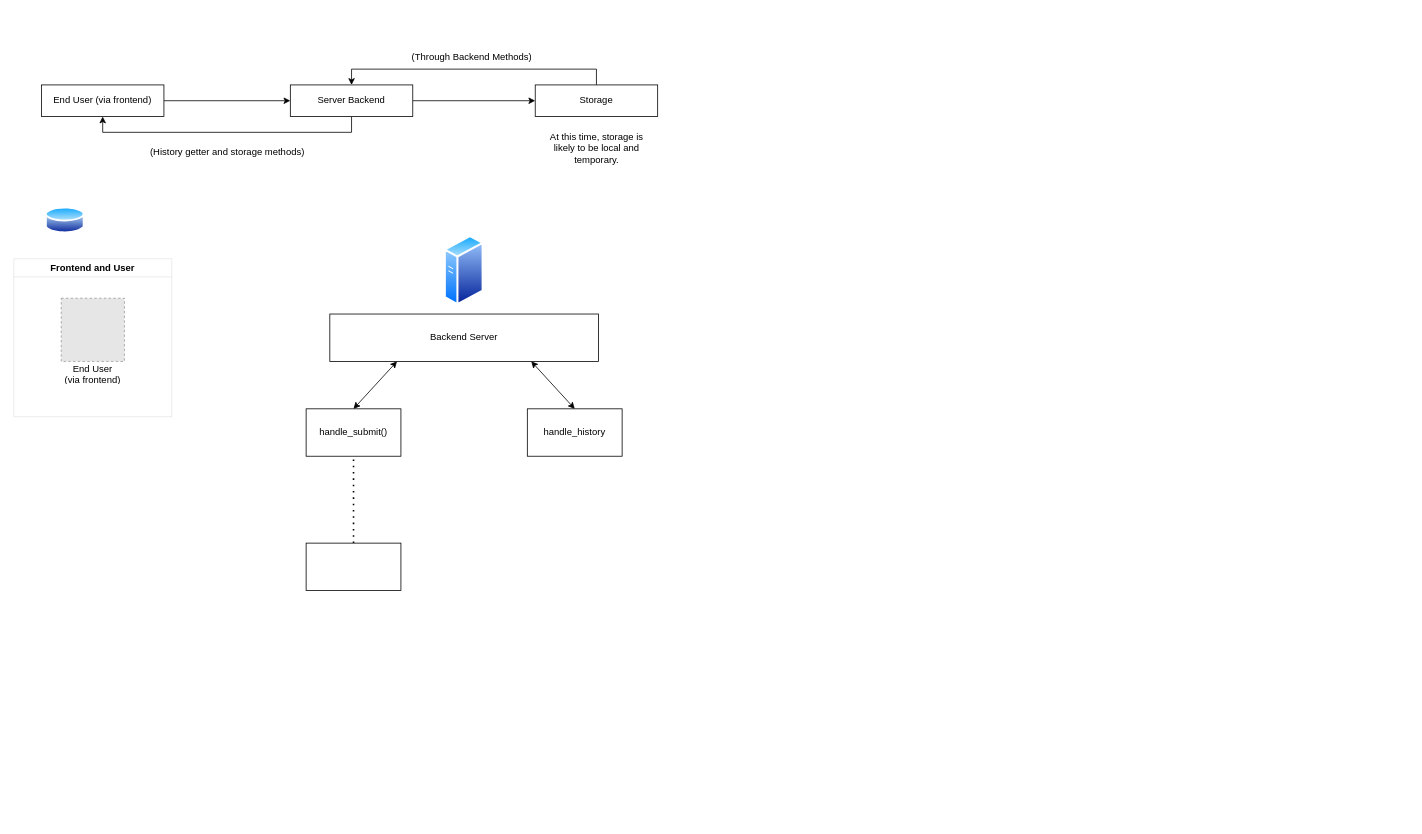
keh1nde/project-formulate keeps this draw.io diagram as designs/Untitled Diagram.drawio. Above is the earlier version. Source tidied: cells renumbered, new cells numbered last; positions are measured from the earlier drawing's top-left corner, leaving out a move shared by most shapes. Both pictures are drawn from the tidied source at 79%, with x=0, y=0 at pixel (13, 45). Pictures stored in the file or linked from it are replaced by grey dashed boxes.
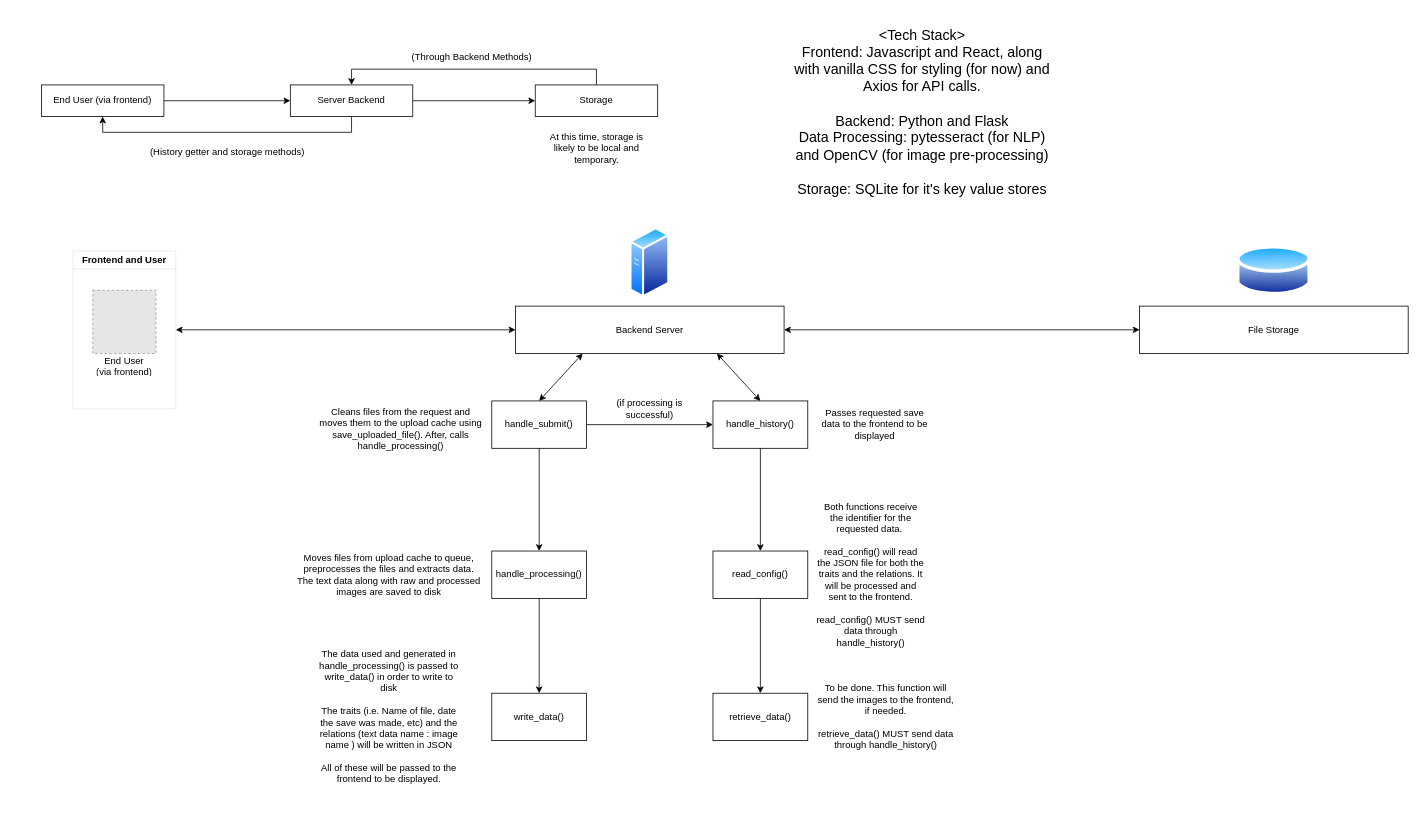
The same diagram, later.

Commit message:
Completely implemented Tech Stack and Backend server structure.

Change to the diagram source:
```diff
@@
     <mxCell id="12" value="Backend Server" style="rounded=0;whiteSpace=wrap;html=1;" parent="1" vertex="1">
-      <mxGeometry x="400" y="340" width="340" height="60" as="geometry" />
+      <mxGeometry x="635" y="330" width="340" height="60" as="geometry" />
     </mxCell>
-    <mxCell id="13" style="image;perimeter=ellipsePerimeter;html=1;align=center;shadow=0;dashed=0;spacingTop=3;image=img/lib/active_directory/database.svg;" parent="1" vertex="1">
-      <mxGeometry x="40" y="203" width="50" height="37" as="geometry" />
-    </mxCell>
     <mxCell id="14" style="image;perimeter=ellipsePerimeter;html=1;align=center;shadow=0;dashed=0;spacingTop=3;image=img/lib/active_directory/generic_server.svg;" parent="1" vertex="1">
-      <mxGeometry x="544.8" y="240" width="50.4" height="90" as="geometry" />
+      <mxGeometry x="779.8" y="230" width="50.4" height="90" as="geometry" />
     </mxCell>
+    <mxCell id="24" style="edgeStyle=orthogonalEdgeStyle;rounded=0;jettySize=auto;html=1;entryX=0.5;entryY=0;entryDx=0;entryDy=0;" parent="1" edge="1" source="15" target="28">
+      <mxGeometry relative="1" as="geometry" />
+    </mxCell>
+    <mxCell id="25" style="edgeStyle=orthogonalEdgeStyle;rounded=0;jettySize=auto;html=1;entryX=0;entryY=0.5;entryDx=0;entryDy=0;" parent="1" edge="1" source="15" target="16">
+      <mxGeometry relative="1" as="geometry" />
+    </mxCell>
     <mxCell id="15" value="handle_submit()" style="rounded=0;whiteSpace=wrap;html=1;" parent="1" vertex="1">
-      <mxGeometry x="370" y="460" width="120" height="60" as="geometry" />
+      <mxGeometry x="605" y="450" width="120" height="60" as="geometry" />
     </mxCell>
+    <mxCell id="26" style="edgeStyle=orthogonalEdgeStyle;rounded=0;jettySize=auto;html=1;" parent="1" edge="1" source="16" target="40">
+      <mxGeometry relative="1" as="geometry" />
+    </mxCell>
-    <mxCell id="16" value="handle_history" style="rounded=0;whiteSpace=wrap;html=1;" parent="1" vertex="1">
-      <mxGeometry x="650" y="460" width="120" height="60" as="geometry" />
+    <mxCell id="16" value="handle_history()" style="rounded=0;whiteSpace=wrap;html=1;" parent="1" vertex="1">
+      <mxGeometry x="885" y="450" width="120" height="60" as="geometry" />
     </mxCell>
@@
-    <mxCell id="19" style="endArrow=none;dashed=1;html=1;dashPattern=1 3;strokeWidth=2;rounded=0;entryX=0.5;entryY=1;entryDx=0;entryDy=0;exitX=0.5;exitY=0;exitDx=0;exitDy=0;" parent="1" edge="1" source="23" target="15">
-      <mxGeometry relative="1" as="geometry" />
-    </mxCell>
     <mxCell id="20" value="Frontend and User" style="swimlane;whiteSpace=wrap;html=1;opacity=10;" parent="1" vertex="1">
-      <mxGeometry y="270" width="200" height="200" as="geometry" />
+      <mxGeometry x="75" y="260" width="130" height="200" as="geometry" />
     </mxCell>
     <mxCell id="21" style="fillColor=#E6E6E6;strokeColor=#999999;dashed=1;verticalLabelPosition=bottom;labelBackgroundColor=default;verticalAlign=top;" parent="20" vertex="1">
-      <mxGeometry x="60" y="50" width="80" height="80" as="geometry" />
+      <mxGeometry x="25" y="50" width="80" height="80" as="geometry" />
     </mxCell>
     <mxCell id="22" value="End User&lt;div&gt;(via frontend)&lt;/div&gt;" style="text;strokeColor=none;fillColor=none;align=center;verticalAlign=middle;spacingLeft=4;spacingRight=4;overflow=hidden;whiteSpace=wrap;html=1;" parent="20" vertex="1">
-      <mxGeometry x="50" y="130" width="100" height="30" as="geometry" />
+      <mxGeometry x="15" y="130" width="100" height="30" as="geometry" />
     </mxCell>
-    <mxCell id="23" style="rounded=0;whiteSpace=wrap;html=1;" parent="1" vertex="1">
-      <mxGeometry x="370" y="630" width="120" height="60" as="geometry" />
-    </mxCell>
+    <mxCell id="27" style="edgeStyle=orthogonalEdgeStyle;rounded=0;jettySize=auto;html=1;" parent="1" edge="1" source="28" target="32">
+      <mxGeometry relative="1" as="geometry" />
+    </mxCell>
+    <mxCell id="28" value="handle_processing()" style="rounded=0;whiteSpace=wrap;html=1;" parent="1" vertex="1">
+      <mxGeometry x="605" y="640" width="120" height="60" as="geometry" />
+    </mxCell>
+    <mxCell id="29" value="Cleans files from the request and moves them to the upload cache using save_uploaded_file(). After, calls handle_processing()" style="text;html=1;align=center;verticalAlign=middle;whiteSpace=wrap;rounded=0;" parent="1" vertex="1">
+      <mxGeometry x="385" y="450" width="210" height="70" as="geometry" />
+    </mxCell>
+    <mxCell id="30" value="Moves files from upload cache to queue, preprocesses the files and extracts data. The text data along with raw and processed images are saved to disk" style="text;html=1;align=center;verticalAlign=middle;whiteSpace=wrap;rounded=0;" parent="1" vertex="1">
+      <mxGeometry x="355" y="625" width="240" height="90" as="geometry" />
+    </mxCell>
+    <mxCell id="31" value="(if processing is successful)" style="text;html=1;align=center;verticalAlign=middle;whiteSpace=wrap;rounded=0;" parent="1" vertex="1">
+      <mxGeometry x="755" y="445" width="100" height="30" as="geometry" />
+    </mxCell>
+    <mxCell id="32" value="write_data()" style="rounded=0;whiteSpace=wrap;html=1;" parent="1" vertex="1">
+      <mxGeometry x="605" y="820" width="120" height="60" as="geometry" />
+    </mxCell>
+    <mxCell id="33" style="endArrow=classic;startArrow=classic;html=1;rounded=0;exitX=1;exitY=0.5;exitDx=0;exitDy=0;entryX=0;entryY=0.5;entryDx=0;entryDy=0;" parent="1" edge="1" source="20" target="12">
+      <mxGeometry relative="1" as="geometry" />
+    </mxCell>
+    <mxCell id="34" value="The data used and generated in handle_processing() is passed to write_data() in order to write to disk&lt;div&gt;&lt;br&gt;&lt;/div&gt;&lt;div&gt;The traits (i.e. Name of file, date the save was made, etc) and the relations (text data name : image name ) will be written in JSON&lt;/div&gt;&lt;div&gt;&lt;br&gt;&lt;/div&gt;&lt;div&gt;All of these will be passed to the frontend to be displayed.&lt;/div&gt;" style="text;html=1;align=center;verticalAlign=middle;whiteSpace=wrap;rounded=0;" parent="1" vertex="1">
+      <mxGeometry x="385" y="718.8" width="180" height="262.5" as="geometry" />
+    </mxCell>
+    <mxCell id="35" value="File Storage" style="rounded=0;whiteSpace=wrap;html=1;" parent="1" vertex="1">
+      <mxGeometry x="1425" y="330" width="340" height="60" as="geometry" />
+    </mxCell>
+    <mxCell id="36" style="endArrow=classic;startArrow=classic;html=1;rounded=0;exitX=1;exitY=0.5;exitDx=0;exitDy=0;entryX=0;entryY=0.5;entryDx=0;entryDy=0;" parent="1" edge="1" source="12" target="35">
+      <mxGeometry relative="1" as="geometry" />
+    </mxCell>
+    <mxCell id="37" style="image;perimeter=ellipsePerimeter;html=1;align=center;shadow=0;dashed=0;spacingTop=3;image=img/lib/active_directory/database.svg;" parent="1" vertex="1">
+      <mxGeometry x="1547.7" y="250" width="94.6" height="70" as="geometry" />
+    </mxCell>
+    <mxCell id="38" value="Passes requested save data to the frontend to be displayed" style="text;html=1;align=center;verticalAlign=middle;whiteSpace=wrap;rounded=0;" parent="1" vertex="1">
+      <mxGeometry x="1015" y="465" width="150" height="30" as="geometry" />
+    </mxCell>
+    <mxCell id="39" style="edgeStyle=orthogonalEdgeStyle;rounded=0;jettySize=auto;html=1;" parent="1" edge="1" source="40" target="42">
+      <mxGeometry relative="1" as="geometry" />
+    </mxCell>
+    <mxCell id="40" value="read_config()" style="rounded=0;whiteSpace=wrap;html=1;" parent="1" vertex="1">
+      <mxGeometry x="885" y="640" width="120" height="60" as="geometry" />
+    </mxCell>
+    <mxCell id="41" value="Both functions receive the identifier for the requested data.&amp;nbsp;&lt;div&gt;&lt;br&gt;&lt;/div&gt;&lt;div&gt;read_config() will read the JSON file for both the traits and the relations. It will be processed and sent to the frontend.&lt;/div&gt;&lt;div&gt;&lt;br&gt;&lt;/div&gt;&lt;div&gt;read_config() MUST send data through handle_history()&lt;/div&gt;" style="text;html=1;align=center;verticalAlign=middle;whiteSpace=wrap;rounded=0;" parent="1" vertex="1">
+      <mxGeometry x="1015" y="563.8" width="140" height="212.5" as="geometry" />
+    </mxCell>
+    <mxCell id="42" value="retrieve_data()" style="rounded=0;whiteSpace=wrap;html=1;" parent="1" vertex="1">
+      <mxGeometry x="885" y="820" width="120" height="60" as="geometry" />
+    </mxCell>
+    <mxCell id="43" value="To be done. This function will send the images to the frontend, if needed.&lt;div&gt;&lt;br&gt;&lt;/div&gt;&lt;div&gt;retrieve_data() MUST send data through handle_history()&lt;/div&gt;" style="text;html=1;align=center;verticalAlign=middle;whiteSpace=wrap;rounded=0;" parent="1" vertex="1">
+      <mxGeometry x="1015" y="805" width="178" height="90" as="geometry" />
+    </mxCell>
+    <mxCell id="44" value="&lt;font style=&quot;font-size: 18px;&quot;&gt;&amp;lt;Tech Stack&amp;gt;&lt;/font&gt;&lt;div&gt;&lt;font size=&quot;4&quot;&gt;Frontend:&amp;nbsp;Javascript and React, along with vanilla CSS for styling (for now) and Axios for API calls.&lt;/font&gt;&lt;/div&gt;&lt;div&gt;&lt;font size=&quot;4&quot;&gt;&lt;br&gt;&lt;/font&gt;&lt;/div&gt;&lt;div&gt;&lt;font size=&quot;4&quot;&gt;Backend: Python and Flask&lt;/font&gt;&lt;/div&gt;&lt;div&gt;&lt;font size=&quot;4&quot;&gt;Data Processing: pytesseract (for NLP) and OpenCV (for image pre-processing)&lt;/font&gt;&lt;/div&gt;&lt;div&gt;&lt;font size=&quot;4&quot;&gt;&lt;br&gt;&lt;/font&gt;&lt;/div&gt;&lt;div&gt;&lt;font size=&quot;4&quot;&gt;Storage: SQLite for it's key value stores&lt;/font&gt;&lt;/div&gt;" style="text;html=1;align=center;verticalAlign=middle;whiteSpace=wrap;rounded=0;" parent="1" vertex="1">
+      <mxGeometry x="985" y="-40" width="330" height="250" as="geometry" />
+    </mxCell>
```
